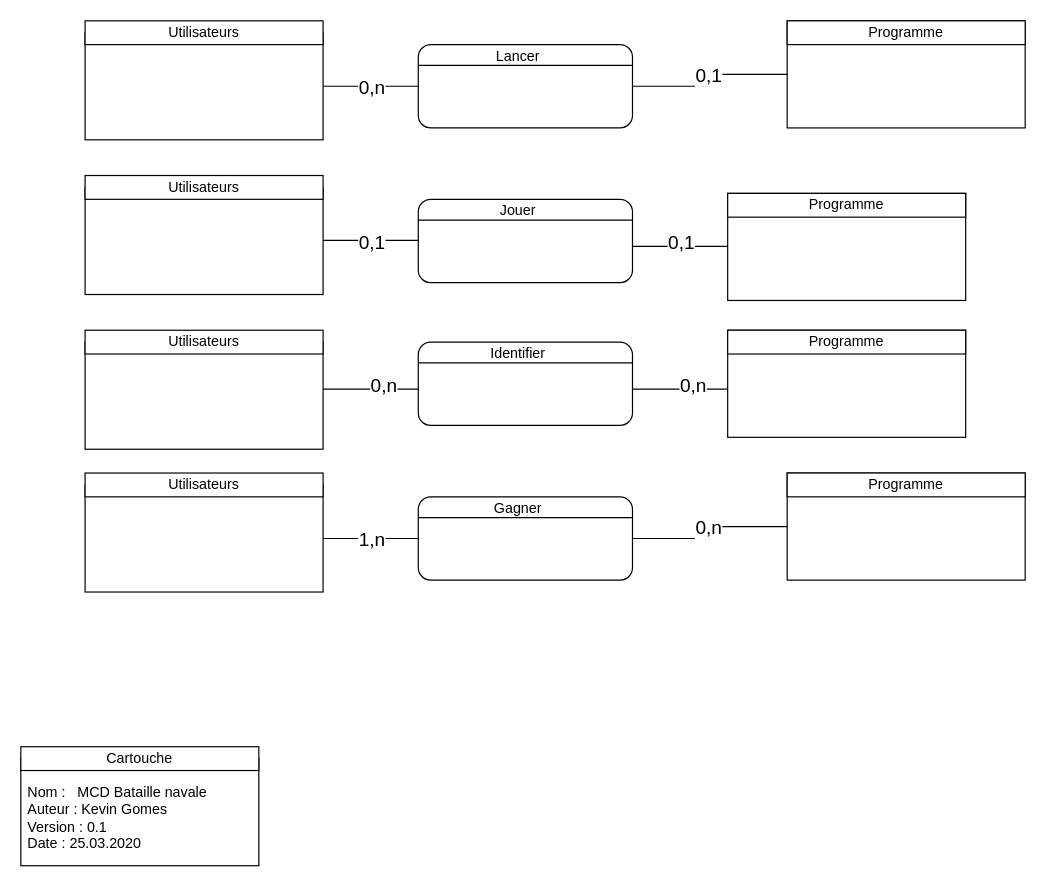
Before: Documentation/Mcd Bataille navale Kevin Gomes.drawio in KevinGomesCPNV/BatailleNavale, a draw.io diagram. Source tidied: cells renumbered, new cells numbered last; positions are measured from the earlier drawing's top-left corner, leaving out a move shared by most shapes. Both pictures are drawn from the tidied source at 119%, with x=0, y=0 at pixel (20, 20).
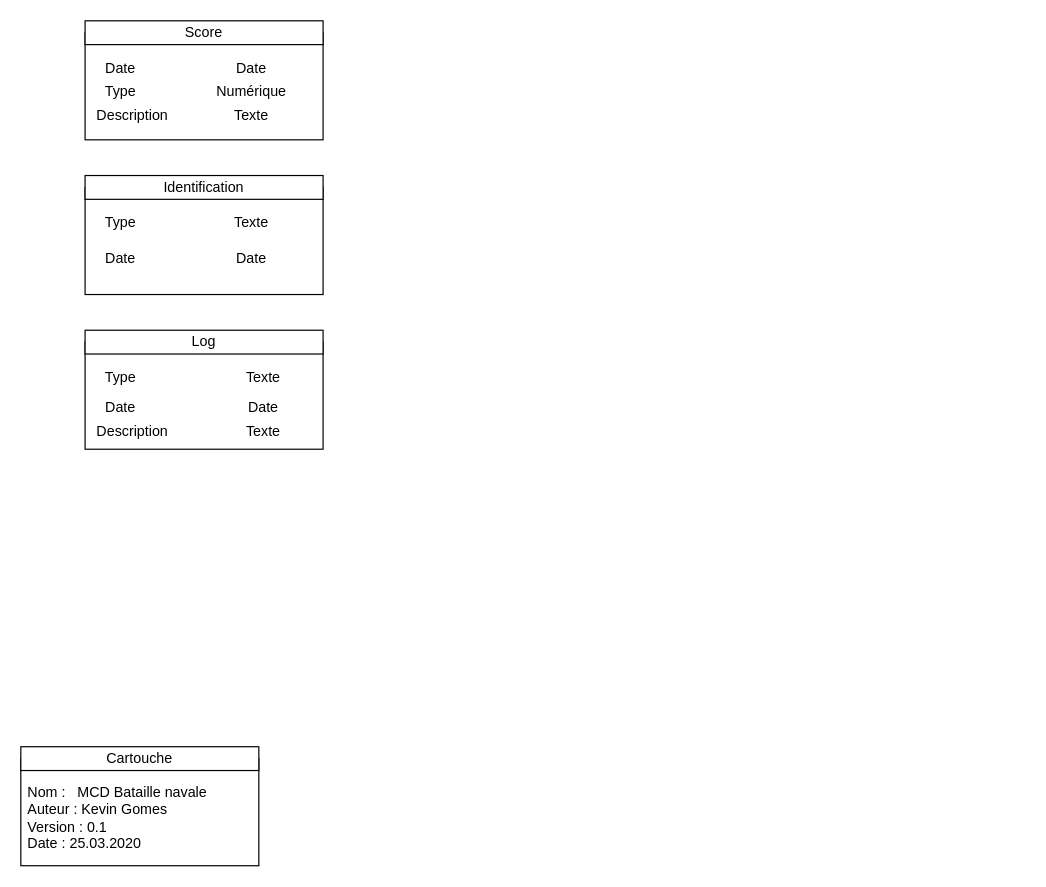
After the change.

Unchanged cells that the change refers to:
```xml
<mxCell id="2" value="&lt;div style=&quot;box-sizing: border-box ; width: 100% ; padding: 2px&quot;&gt;&lt;br&gt;&lt;/div&gt;" style="verticalAlign=top;align=center;overflow=fill;html=1;rounded=0;shadow=0;comic=0;labelBackgroundColor=none;strokeColor=#000000;strokeWidth=1;fillColor=#ffffff;fontFamily=Verdana;fontSize=12;fontColor=#000000;" parent="1" vertex="1">
  <mxGeometry x="54" y="10" width="200" height="90" as="geometry" />
</mxCell>
```

The edit, as a diff of the source:
```diff
@@
-    <mxCell id="3" style="edgeStyle=orthogonalEdgeStyle;html=1;labelBackgroundColor=none;startArrow=none;endArrow=none;fontFamily=Verdana;fontSize=12;align=left;exitX=1;exitY=0.5;exitDx=0;exitDy=0;entryX=0;entryY=0.5;entryDx=0;entryDy=0;startFill=0;endFill=0;rounded=0;" parent="1" edge="1" source="2" target="5">
-      <mxGeometry relative="1" as="geometry" />
-    </mxCell>
-    <mxCell id="4" value="0,n" style="text;html=1;align=center;verticalAlign=middle;labelBackgroundColor=#ffffff;direction=south;fontSize=16;" parent="3" vertex="1">
-      <mxGeometry x="-0.77" y="-1" relative="1" as="geometry">
-        <mxPoint x="31" y="-1" as="offset" />
-      </mxGeometry>
-    </mxCell>
-    <mxCell id="5" value="&lt;div style=&quot;box-sizing: border-box ; width: 100% ; padding: 2px&quot;&gt;&lt;br&gt;&lt;/div&gt;" style="verticalAlign=top;align=center;overflow=fill;html=1;rounded=1;shadow=0;comic=0;labelBackgroundColor=none;strokeColor=#000000;strokeWidth=1;fillColor=#ffffff;fontFamily=Verdana;fontSize=12;fontColor=#000000;" parent="1" vertex="1">
-      <mxGeometry x="334" y="20" width="180" height="70" as="geometry" />
-    </mxCell>
-    <mxCell id="6" style="edgeStyle=orthogonalEdgeStyle;rounded=0;jettySize=auto;html=1;startArrow=none;startFill=0;endArrow=none;endFill=0;" parent="1" edge="1" source="8" target="5">
-      <mxGeometry relative="1" as="geometry" />
-    </mxCell>
-    <mxCell id="7" value="0,1" style="text;html=1;align=center;verticalAlign=middle;labelBackgroundColor=#ffffff;fontSize=16;" parent="6" vertex="1">
-      <mxGeometry x="-0.65" relative="1" as="geometry">
-        <mxPoint x="-42" as="offset" />
-      </mxGeometry>
-    </mxCell>
-    <mxCell id="8" value="&lt;div style=&quot;box-sizing: border-box ; width: 100% ; padding: 2px&quot;&gt;&lt;br&gt;&lt;/div&gt;" style="verticalAlign=top;align=center;overflow=fill;html=1;rounded=0;shadow=0;comic=0;labelBackgroundColor=none;strokeColor=#000000;strokeWidth=1;fillColor=#ffffff;fontFamily=Verdana;fontSize=12;fontColor=#000000;" parent="1" vertex="1">
-      <mxGeometry x="644" width="200" height="90" as="geometry" />
-    </mxCell>
-    <mxCell id="9" value="Utilisateurs" style="rounded=0;whiteSpace=wrap;html=1;" parent="1" vertex="1">
+    <mxCell id="9" value="Score" style="rounded=0;whiteSpace=wrap;html=1;" parent="1" vertex="1">
       <mxGeometry x="54" width="200" height="20" as="geometry" />
     </mxCell>
-    <mxCell id="10" value="Programme" style="rounded=0;whiteSpace=wrap;html=1;" parent="1" vertex="1">
-      <mxGeometry x="644" width="200" height="20" as="geometry" />
-    </mxCell>
-    <mxCell id="11" style="endArrow=none;html=1;entryX=1;entryY=0.25;entryDx=0;entryDy=0;exitX=0;exitY=0.25;exitDx=0;exitDy=0;" parent="1" edge="1" source="5" target="5">
-      <mxGeometry relative="1" as="geometry" />
-    </mxCell>
-    <mxCell id="12" value="Lancer" style="text;html=1;strokeColor=none;fillColor=none;align=center;verticalAlign=middle;whiteSpace=wrap;rounded=0;" parent="1" vertex="1">
-      <mxGeometry x="358" y="20" width="120" height="20" as="geometry" />
-    </mxCell>
@@
-    <mxCell id="14" value="&lt;div style=&quot;box-sizing: border-box ; width: 100% ; padding: 2px&quot;&gt;&lt;br&gt;&lt;/div&gt;" style="verticalAlign=top;align=center;overflow=fill;html=1;rounded=0;shadow=0;comic=0;labelBackgroundColor=none;strokeColor=#000000;strokeWidth=1;fillColor=#ffffff;fontFamily=Verdana;fontSize=12;fontColor=#000000;" parent="1" vertex="1">
-      <mxGeometry x="594" y="145" width="200" height="90" as="geometry" />
-    </mxCell>
-    <mxCell id="15" value="Utilisateurs" style="rounded=0;whiteSpace=wrap;html=1;" parent="1" vertex="1">
+    <mxCell id="15" value="Identification" style="rounded=0;whiteSpace=wrap;html=1;" parent="1" vertex="1">
       <mxGeometry x="54" y="130" width="200" height="20" as="geometry" />
     </mxCell>
-    <mxCell id="16" value="Programme" style="rounded=0;whiteSpace=wrap;html=1;" parent="1" vertex="1">
-      <mxGeometry x="594" y="145" width="200" height="20" as="geometry" />
-    </mxCell>
-    <mxCell id="17" value="&lt;div style=&quot;box-sizing: border-box ; width: 100% ; padding: 2px&quot;&gt;&lt;br&gt;&lt;/div&gt;" style="verticalAlign=top;align=center;overflow=fill;html=1;rounded=1;shadow=0;comic=0;labelBackgroundColor=none;strokeColor=#000000;strokeWidth=1;fillColor=#ffffff;fontFamily=Verdana;fontSize=12;fontColor=#000000;" parent="1" vertex="1">
-      <mxGeometry x="334" y="150" width="180" height="70" as="geometry" />
-    </mxCell>
-    <mxCell id="18" style="endArrow=none;html=1;entryX=1;entryY=0.25;entryDx=0;entryDy=0;exitX=0;exitY=0.25;exitDx=0;exitDy=0;" parent="1" edge="1" source="17" target="17">
-      <mxGeometry relative="1" as="geometry" />
-    </mxCell>
-    <mxCell id="19" value="Jouer" style="text;html=1;strokeColor=none;fillColor=none;align=center;verticalAlign=middle;whiteSpace=wrap;rounded=0;" parent="1" vertex="1">
-      <mxGeometry x="358" y="150" width="120" height="20" as="geometry" />
-    </mxCell>
@@
-    <mxCell id="21" value="Utilisateurs" style="rounded=0;whiteSpace=wrap;html=1;" parent="1" vertex="1">
+    <mxCell id="21" value="Log" style="rounded=0;whiteSpace=wrap;html=1;" parent="1" vertex="1">
       <mxGeometry x="54" y="260" width="200" height="20" as="geometry" />
     </mxCell>
-    <mxCell id="22" value="&lt;div style=&quot;box-sizing: border-box ; width: 100% ; padding: 2px&quot;&gt;&lt;br&gt;&lt;/div&gt;" style="verticalAlign=top;align=center;overflow=fill;html=1;rounded=1;shadow=0;comic=0;labelBackgroundColor=none;strokeColor=#000000;strokeWidth=1;fillColor=#ffffff;fontFamily=Verdana;fontSize=12;fontColor=#000000;" parent="1" vertex="1">
-      <mxGeometry x="334" y="270" width="180" height="70" as="geometry" />
-    </mxCell>
-    <mxCell id="23" style="endArrow=none;html=1;entryX=1;entryY=0.25;entryDx=0;entryDy=0;exitX=0;exitY=0.25;exitDx=0;exitDy=0;" parent="1" edge="1" source="22" target="22">
-      <mxGeometry relative="1" as="geometry" />
-    </mxCell>
-    <mxCell id="24" value="Identifier" style="text;html=1;strokeColor=none;fillColor=none;align=center;verticalAlign=middle;whiteSpace=wrap;rounded=0;" parent="1" vertex="1">
-      <mxGeometry x="358" y="270" width="120" height="20" as="geometry" />
-    </mxCell>
-    <mxCell id="25" value="&lt;div style=&quot;box-sizing: border-box ; width: 100% ; padding: 2px&quot;&gt;&lt;br&gt;&lt;/div&gt;" style="verticalAlign=top;align=center;overflow=fill;html=1;rounded=0;shadow=0;comic=0;labelBackgroundColor=none;strokeColor=#000000;strokeWidth=1;fillColor=#ffffff;fontFamily=Verdana;fontSize=12;fontColor=#000000;" parent="1" vertex="1">
-      <mxGeometry x="594" y="260" width="200" height="90" as="geometry" />
-    </mxCell>
-    <mxCell id="26" value="Programme" style="rounded=0;whiteSpace=wrap;html=1;" parent="1" vertex="1">
-      <mxGeometry x="594" y="260" width="200" height="20" as="geometry" />
-    </mxCell>
-    <mxCell id="27" style="edgeStyle=orthogonalEdgeStyle;html=1;labelBackgroundColor=none;startArrow=none;endArrow=none;fontFamily=Verdana;fontSize=12;align=left;exitX=1;exitY=0.5;exitDx=0;exitDy=0;entryX=0;entryY=0.5;entryDx=0;entryDy=0;startFill=0;endFill=0;rounded=0;" parent="1" edge="1">
-      <mxGeometry relative="1" as="geometry">
-        <mxPoint x="254" y="184.5" as="sourcePoint" />
-        <mxPoint x="334" y="184.5" as="targetPoint" />
-      </mxGeometry>
-    </mxCell>
-    <mxCell id="28" value="0,1" style="text;html=1;align=center;verticalAlign=middle;labelBackgroundColor=#ffffff;direction=south;fontSize=16;" parent="27" vertex="1">
-      <mxGeometry x="-0.77" y="-1" relative="1" as="geometry">
-        <mxPoint x="31" y="-0.5" as="offset" />
-      </mxGeometry>
-    </mxCell>
-    <mxCell id="29" style="edgeStyle=orthogonalEdgeStyle;html=1;labelBackgroundColor=none;startArrow=none;endArrow=none;fontFamily=Verdana;fontSize=12;align=left;exitX=1;exitY=0.5;exitDx=0;exitDy=0;entryX=0;entryY=0.5;entryDx=0;entryDy=0;startFill=0;endFill=0;rounded=0;" parent="1" edge="1">
-      <mxGeometry relative="1" as="geometry">
-        <mxPoint x="514" y="189.5" as="sourcePoint" />
-        <mxPoint x="594" y="189.5" as="targetPoint" />
-      </mxGeometry>
-    </mxCell>
-    <mxCell id="30" value="0,1" style="text;html=1;align=center;verticalAlign=middle;labelBackgroundColor=#ffffff;direction=south;fontSize=16;" parent="29" vertex="1">
-      <mxGeometry x="-0.77" y="-1" relative="1" as="geometry">
-        <mxPoint x="31" y="-5.5" as="offset" />
-      </mxGeometry>
-    </mxCell>
-    <mxCell id="31" style="edgeStyle=orthogonalEdgeStyle;html=1;labelBackgroundColor=none;startArrow=none;endArrow=none;fontFamily=Verdana;fontSize=12;align=left;exitX=1;exitY=0.5;exitDx=0;exitDy=0;entryX=0;entryY=0.5;entryDx=0;entryDy=0;startFill=0;endFill=0;rounded=0;" parent="1" edge="1">
-      <mxGeometry relative="1" as="geometry">
-        <mxPoint x="254" y="309.5" as="sourcePoint" />
-        <mxPoint x="334" y="309.5" as="targetPoint" />
-      </mxGeometry>
-    </mxCell>
-    <mxCell id="32" value="0,n" style="text;html=1;align=center;verticalAlign=middle;labelBackgroundColor=#ffffff;direction=south;fontSize=16;" parent="31" vertex="1">
-      <mxGeometry x="-0.77" y="-1" relative="1" as="geometry">
-        <mxPoint x="41" y="-5.5" as="offset" />
-      </mxGeometry>
-    </mxCell>
-    <mxCell id="33" style="edgeStyle=orthogonalEdgeStyle;html=1;labelBackgroundColor=none;startArrow=none;endArrow=none;fontFamily=Verdana;fontSize=12;align=left;exitX=1;exitY=0.5;exitDx=0;exitDy=0;entryX=0;entryY=0.5;entryDx=0;entryDy=0;startFill=0;endFill=0;rounded=0;" parent="1" edge="1">
-      <mxGeometry relative="1" as="geometry">
-        <mxPoint x="514" y="309.5" as="sourcePoint" />
-        <mxPoint x="594" y="309.5" as="targetPoint" />
-      </mxGeometry>
-    </mxCell>
-    <mxCell id="34" value="0,n" style="text;html=1;align=center;verticalAlign=middle;labelBackgroundColor=#ffffff;direction=south;fontSize=16;" parent="33" vertex="1">
-      <mxGeometry x="-0.77" y="-1" relative="1" as="geometry">
-        <mxPoint x="41" y="-5.5" as="offset" />
-      </mxGeometry>
-    </mxCell>
@@
-    <mxCell id="38" value="&lt;div style=&quot;box-sizing: border-box ; width: 100% ; padding: 2px&quot;&gt;&lt;br&gt;&lt;/div&gt;" style="verticalAlign=top;align=center;overflow=fill;html=1;rounded=0;shadow=0;comic=0;labelBackgroundColor=none;strokeColor=#000000;strokeWidth=1;fillColor=#ffffff;fontFamily=Verdana;fontSize=12;fontColor=#000000;" parent="1" vertex="1">
-      <mxGeometry x="54" y="390" width="200" height="90" as="geometry" />
-    </mxCell>
-    <mxCell id="39" style="edgeStyle=orthogonalEdgeStyle;html=1;labelBackgroundColor=none;startArrow=none;endArrow=none;fontFamily=Verdana;fontSize=12;align=left;exitX=1;exitY=0.5;exitDx=0;exitDy=0;entryX=0;entryY=0.5;entryDx=0;entryDy=0;startFill=0;endFill=0;rounded=0;" parent="1" edge="1" source="38" target="41">
-      <mxGeometry relative="1" as="geometry" />
-    </mxCell>
-    <mxCell id="40" value="1,n" style="text;html=1;align=center;verticalAlign=middle;labelBackgroundColor=#ffffff;direction=south;fontSize=16;" parent="39" vertex="1">
-      <mxGeometry x="-0.77" y="-1" relative="1" as="geometry">
-        <mxPoint x="31" y="-1" as="offset" />
-      </mxGeometry>
-    </mxCell>
-    <mxCell id="41" value="&lt;div style=&quot;box-sizing: border-box ; width: 100% ; padding: 2px&quot;&gt;&lt;br&gt;&lt;/div&gt;" style="verticalAlign=top;align=center;overflow=fill;html=1;rounded=1;shadow=0;comic=0;labelBackgroundColor=none;strokeColor=#000000;strokeWidth=1;fillColor=#ffffff;fontFamily=Verdana;fontSize=12;fontColor=#000000;" parent="1" vertex="1">
-      <mxGeometry x="334" y="400" width="180" height="70" as="geometry" />
-    </mxCell>
-    <mxCell id="42" style="edgeStyle=orthogonalEdgeStyle;rounded=0;jettySize=auto;html=1;startArrow=none;startFill=0;endArrow=none;endFill=0;" parent="1" edge="1" source="44" target="41">
-      <mxGeometry relative="1" as="geometry" />
-    </mxCell>
-    <mxCell id="43" value="0,n" style="text;html=1;align=center;verticalAlign=middle;labelBackgroundColor=#ffffff;fontSize=16;" parent="42" vertex="1">
-      <mxGeometry x="-0.65" relative="1" as="geometry">
-        <mxPoint x="-42" as="offset" />
-      </mxGeometry>
-    </mxCell>
-    <mxCell id="44" value="&lt;div style=&quot;box-sizing: border-box ; width: 100% ; padding: 2px&quot;&gt;&lt;br&gt;&lt;/div&gt;" style="verticalAlign=top;align=center;overflow=fill;html=1;rounded=0;shadow=0;comic=0;labelBackgroundColor=none;strokeColor=#000000;strokeWidth=1;fillColor=#ffffff;fontFamily=Verdana;fontSize=12;fontColor=#000000;" parent="1" vertex="1">
-      <mxGeometry x="644" y="380" width="200" height="90" as="geometry" />
-    </mxCell>
-    <mxCell id="45" value="Utilisateurs" style="rounded=0;whiteSpace=wrap;html=1;" parent="1" vertex="1">
-      <mxGeometry x="54" y="380" width="200" height="20" as="geometry" />
-    </mxCell>
-    <mxCell id="46" value="Programme" style="rounded=0;whiteSpace=wrap;html=1;" parent="1" vertex="1">
-      <mxGeometry x="644" y="380" width="200" height="20" as="geometry" />
-    </mxCell>
-    <mxCell id="47" style="endArrow=none;html=1;entryX=1;entryY=0.25;entryDx=0;entryDy=0;exitX=0;exitY=0.25;exitDx=0;exitDy=0;" parent="1" edge="1" source="41" target="41">
-      <mxGeometry relative="1" as="geometry" />
-    </mxCell>
-    <mxCell id="48" value="Gagner" style="text;html=1;strokeColor=none;fillColor=none;align=center;verticalAlign=middle;whiteSpace=wrap;rounded=0;" parent="1" vertex="1">
-      <mxGeometry x="358" y="400" width="120" height="20" as="geometry" />
-    </mxCell>
+    <mxCell id="49" value="Date" style="text;html=1;strokeColor=none;fillColor=none;align=center;verticalAlign=middle;whiteSpace=wrap;rounded=0;" parent="1" vertex="1">
+      <mxGeometry x="64" y="30" width="40" height="20" as="geometry" />
+    </mxCell>
+    <mxCell id="50" value="Type" style="text;html=1;strokeColor=none;fillColor=none;align=center;verticalAlign=middle;whiteSpace=wrap;rounded=0;" parent="1" vertex="1">
+      <mxGeometry x="64" y="50" width="40" height="20" as="geometry" />
+    </mxCell>
+    <mxCell id="51" value="Description" style="text;html=1;strokeColor=none;fillColor=none;align=center;verticalAlign=middle;whiteSpace=wrap;rounded=0;" parent="1" vertex="1">
+      <mxGeometry x="74" y="70" width="40" height="20" as="geometry" />
+    </mxCell>
+    <mxCell id="52" value="Date" style="text;html=1;strokeColor=none;fillColor=none;align=center;verticalAlign=middle;whiteSpace=wrap;rounded=0;" parent="1" vertex="1">
+      <mxGeometry x="174" y="30" width="40" height="20" as="geometry" />
+    </mxCell>
+    <mxCell id="53" value="Numérique" style="text;html=1;strokeColor=none;fillColor=none;align=center;verticalAlign=middle;whiteSpace=wrap;rounded=0;" parent="1" vertex="1">
+      <mxGeometry x="174" y="50" width="40" height="20" as="geometry" />
+    </mxCell>
+    <mxCell id="54" value="Texte" style="text;html=1;strokeColor=none;fillColor=none;align=center;verticalAlign=middle;whiteSpace=wrap;rounded=0;" parent="1" vertex="1">
+      <mxGeometry x="174" y="70" width="40" height="20" as="geometry" />
+    </mxCell>
+    <mxCell id="55" value="Type" style="text;html=1;strokeColor=none;fillColor=none;align=center;verticalAlign=middle;whiteSpace=wrap;rounded=0;" parent="1" vertex="1">
+      <mxGeometry x="64" y="160" width="40" height="20" as="geometry" />
+    </mxCell>
+    <mxCell id="56" value="Texte" style="text;html=1;strokeColor=none;fillColor=none;align=center;verticalAlign=middle;whiteSpace=wrap;rounded=0;" parent="1" vertex="1">
+      <mxGeometry x="174" y="160" width="40" height="20" as="geometry" />
+    </mxCell>
+    <mxCell id="57" value="Date" style="text;html=1;strokeColor=none;fillColor=none;align=center;verticalAlign=middle;whiteSpace=wrap;rounded=0;" parent="1" vertex="1">
+      <mxGeometry x="64" y="190" width="40" height="20" as="geometry" />
+    </mxCell>
+    <mxCell id="58" value="Date" style="text;html=1;strokeColor=none;fillColor=none;align=center;verticalAlign=middle;whiteSpace=wrap;rounded=0;" parent="1" vertex="1">
+      <mxGeometry x="174" y="190" width="40" height="20" as="geometry" />
+    </mxCell>
+    <mxCell id="59" value="Type" style="text;html=1;strokeColor=none;fillColor=none;align=center;verticalAlign=middle;whiteSpace=wrap;rounded=0;" parent="1" vertex="1">
+      <mxGeometry x="64" y="290" width="40" height="20" as="geometry" />
+    </mxCell>
+    <mxCell id="60" value="Texte" style="text;html=1;strokeColor=none;fillColor=none;align=center;verticalAlign=middle;whiteSpace=wrap;rounded=0;" parent="1" vertex="1">
+      <mxGeometry x="184" y="290" width="40" height="20" as="geometry" />
+    </mxCell>
+    <mxCell id="61" value="Date" style="text;html=1;strokeColor=none;fillColor=none;align=center;verticalAlign=middle;whiteSpace=wrap;rounded=0;" parent="1" vertex="1">
+      <mxGeometry x="64" y="315" width="40" height="20" as="geometry" />
+    </mxCell>
+    <mxCell id="62" value="Date" style="text;html=1;strokeColor=none;fillColor=none;align=center;verticalAlign=middle;whiteSpace=wrap;rounded=0;" parent="1" vertex="1">
+      <mxGeometry x="184" y="315" width="40" height="20" as="geometry" />
+    </mxCell>
+    <mxCell id="63" value="Description" style="text;html=1;strokeColor=none;fillColor=none;align=center;verticalAlign=middle;whiteSpace=wrap;rounded=0;" parent="1" vertex="1">
+      <mxGeometry x="74" y="335" width="40" height="20" as="geometry" />
+    </mxCell>
+    <mxCell id="64" value="Texte" style="text;html=1;strokeColor=none;fillColor=none;align=center;verticalAlign=middle;whiteSpace=wrap;rounded=0;" parent="1" vertex="1">
+      <mxGeometry x="184" y="335" width="40" height="20" as="geometry" />
+    </mxCell>
```
